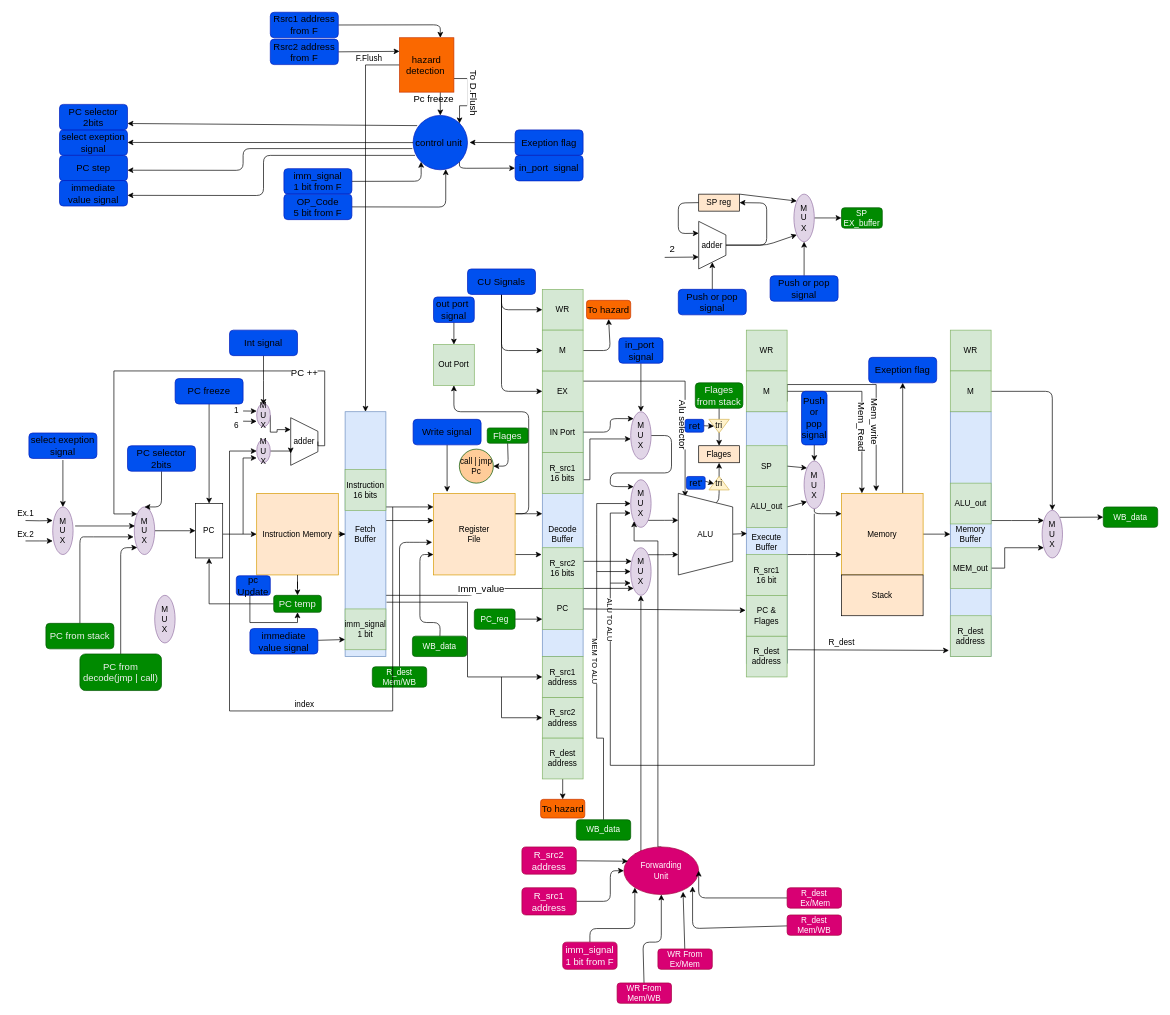
Before: labeled_Schema.drawio in menna15/RISCPiP, a draw.io diagram. Source tidied: cells renumbered, new cells numbered last; positions are measured from the earlier drawing's top-left corner, leaving out a move shared by most shapes. Both pictures are drawn from the tidied source at 68%, with x=0, y=0 at pixel (12, 12).
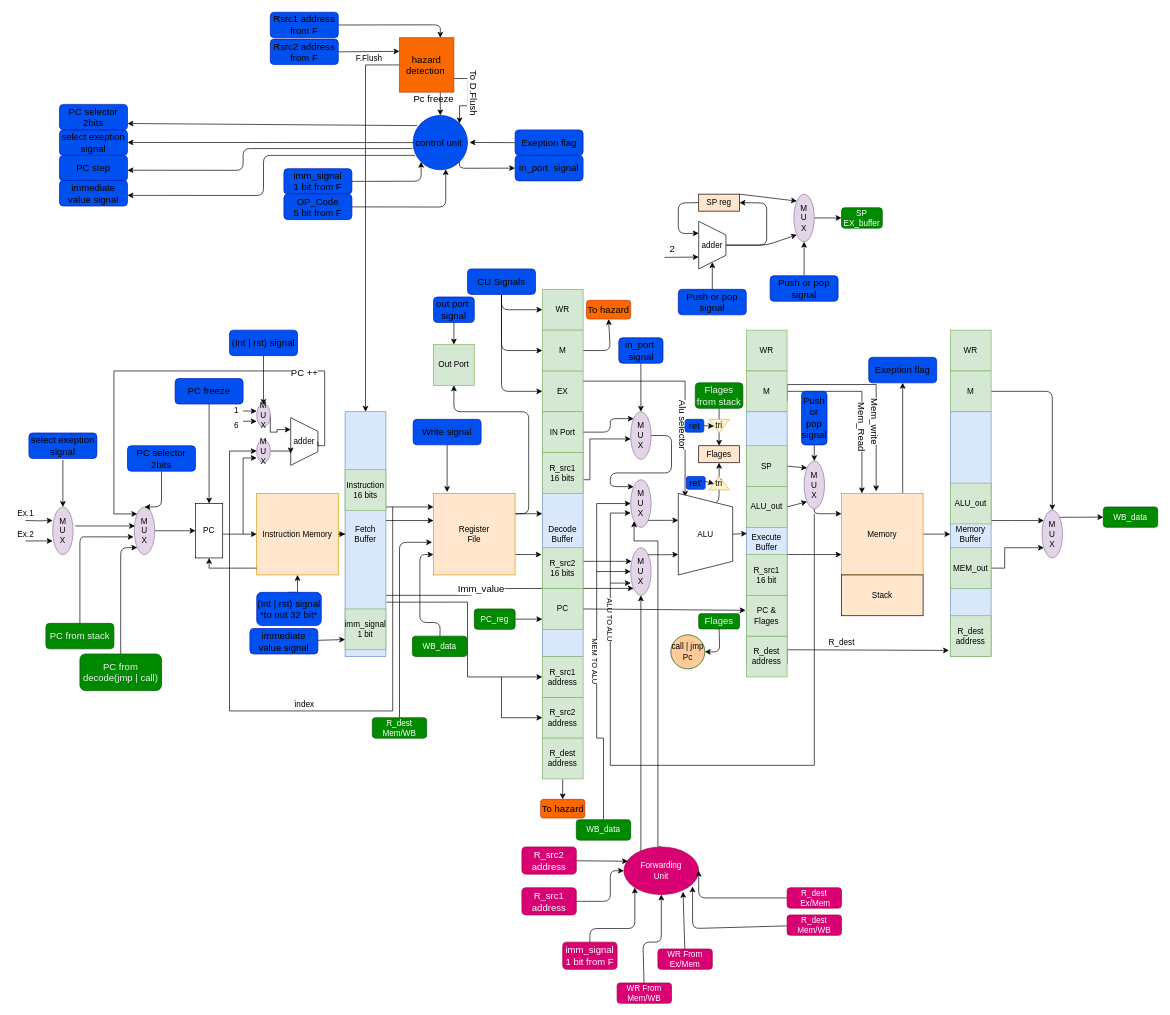
After the change.

Commit message (it also covers changes not shown here):
some schema editing

Unchanged cells that the change refers to:
```xml
<mxCell id="3" value="&lt;font color=&quot;#000000&quot;&gt;Instruction Memory&lt;/font&gt;" style="whiteSpace=wrap;html=1;fillColor=#ffe6cc;strokeColor=#d79b00;" parent="1" vertex="1">
  <mxGeometry x="360" y="708" width="120" height="120" as="geometry" />
</mxCell>
<mxCell id="5" value="PC" style="rounded=0;whiteSpace=wrap;html=1;direction=south;" parent="1" vertex="1">
  <mxGeometry x="270" y="723" width="40" height="80" as="geometry" />
</mxCell>
```

Diff of the diagram source:
```diff
@@
-    <mxCell id="25" value="&lt;font color=&quot;#000000&quot;&gt;call | jmp Pc&lt;/font&gt;" style="ellipse;whiteSpace=wrap;html=1;strokeColor=#005700;fontColor=#ffffff;fillColor=#FFCC99;" parent="1" vertex="1">
-      <mxGeometry x="658" y="643" width="50" height="50" as="geometry" />
-    </mxCell>
@@
     <mxCell id="166" value="R_dest&lt;br&gt;Mem/WB" style="rounded=1;whiteSpace=wrap;html=1;fillColor=#008a00;strokeColor=#005700;fontColor=#ffffff;" parent="1" vertex="1">
-      <mxGeometry x="530" y="963" width="80" height="30" as="geometry" />
+      <mxGeometry x="530" y="1038" width="80" height="30" as="geometry" />
     </mxCell>
@@
-    <mxCell id="171" style="edgeStyle=none;html=1;exitX=0.5;exitY=1;exitDx=0;exitDy=0;entryX=1;entryY=0.5;entryDx=0;entryDy=0;" parent="1" edge="1" source="172" target="25">
-      <mxGeometry relative="1" as="geometry">
-        <Array as="points">
-          <mxPoint x="730" y="668" />
-        </Array>
-      </mxGeometry>
-    </mxCell>
-    <mxCell id="172" value="&lt;span style=&quot;color: rgb(240 , 240 , 240) ; font-size: 14px&quot;&gt;Flages&lt;/span&gt;" style="rounded=1;whiteSpace=wrap;html=1;fillColor=#008a00;strokeColor=#005700;fontColor=#ffffff;" parent="1" vertex="1">
-      <mxGeometry x="699" y="611.8" width="60" height="22.5" as="geometry" />
-    </mxCell>
@@
-    <mxCell id="209" value="&lt;div&gt;&lt;font color=&quot;#000000&quot;&gt;M&lt;/font&gt;&lt;/div&gt;&lt;div&gt;&lt;font color=&quot;#000000&quot;&gt;U&lt;/font&gt;&lt;/div&gt;&lt;div&gt;&lt;font color=&quot;#000000&quot;&gt;X&lt;/font&gt;&lt;/div&gt;" style="ellipse;whiteSpace=wrap;html=1;fillColor=#e1d5e7;strokeColor=#9673a6;" parent="1" vertex="1">
-      <mxGeometry x="210" y="858" width="30" height="70" as="geometry" />
-    </mxCell>
@@
-    <mxCell id="221" value="&lt;span style=&quot;font-size: 14px&quot;&gt;&lt;font color=&quot;#000000&quot;&gt;Int signal&lt;/font&gt;&lt;/span&gt;" style="rounded=1;whiteSpace=wrap;html=1;fillColor=#0050ef;strokeColor=#001DBC;fontColor=#ffffff;" parent="1" vertex="1">
+    <mxCell id="221" value="&lt;span style=&quot;font-size: 14px&quot;&gt;&lt;font color=&quot;#000000&quot;&gt;(Int | rst) signal&lt;/font&gt;&lt;/span&gt;" style="rounded=1;whiteSpace=wrap;html=1;fillColor=#0050ef;strokeColor=#001DBC;fontColor=#ffffff;" parent="1" vertex="1">
       <mxGeometry x="320" y="468" width="100" height="37.5" as="geometry" />
     </mxCell>
-    <mxCell id="222" style="edgeStyle=orthogonalEdgeStyle;rounded=0;jettySize=auto;html=1;" parent="1" edge="1" source="3" target="224">
-      <mxGeometry relative="1" as="geometry" />
+    <mxCell id="222" style="edgeStyle=orthogonalEdgeStyle;rounded=0;jettySize=auto;html=1;entryX=1;entryY=0.5;entryDx=0;entryDy=0;" parent="1" edge="1" source="3" target="5">
+      <mxGeometry relative="1" as="geometry">
+        <Array as="points">
+          <mxPoint x="290" y="818" />
+        </Array>
+      </mxGeometry>
     </mxCell>
-    <mxCell id="223" style="edgeStyle=orthogonalEdgeStyle;rounded=0;jettySize=auto;html=1;exitX=0;exitY=0.5;exitDx=0;exitDy=0;entryX=1;entryY=0.5;entryDx=0;entryDy=0;" parent="1" edge="1" source="224" target="5">
-      <mxGeometry relative="1" as="geometry" />
-    </mxCell>
-    <mxCell id="224" value="&lt;span style=&quot;color: rgb(240 , 240 , 240) ; font-size: 14px&quot;&gt;PC temp&lt;/span&gt;" style="rounded=1;whiteSpace=wrap;html=1;fillColor=#008a00;strokeColor=#005700;fontColor=#ffffff;" parent="1" vertex="1">
-      <mxGeometry x="385" y="858" width="70" height="25" as="geometry" />
-    </mxCell>
-    <mxCell id="225" style="edgeStyle=orthogonalEdgeStyle;rounded=0;jettySize=auto;html=1;exitX=0.5;exitY=1;exitDx=0;exitDy=0;entryX=0.5;entryY=1;entryDx=0;entryDy=0;" parent="1" edge="1" source="226" target="224">
+    <mxCell id="225" style="edgeStyle=orthogonalEdgeStyle;rounded=0;jettySize=auto;html=1;exitX=0.5;exitY=0;exitDx=0;exitDy=0;entryX=0.5;entryY=1;entryDx=0;entryDy=0;" parent="1" edge="1" source="226" target="3">
       <mxGeometry relative="1" as="geometry">
         <Array as="points">
-          <mxPoint x="350" y="858" />
-          <mxPoint x="350" y="898" />
-          <mxPoint x="420" y="898" />
+          <mxPoint x="420" y="854" />
         </Array>
       </mxGeometry>
     </mxCell>
-    <mxCell id="226" value="&lt;span style=&quot;font-size: 14px&quot;&gt;&lt;font color=&quot;#000000&quot;&gt;pc Update&lt;/font&gt;&lt;/span&gt;" style="rounded=1;whiteSpace=wrap;html=1;fillColor=#0050ef;strokeColor=#001DBC;fontColor=#ffffff;" parent="1" vertex="1">
-      <mxGeometry x="330" y="829.2" width="50" height="28.8" as="geometry" />
+    <mxCell id="226" value="&lt;span style=&quot;color: rgb(0 , 0 , 0) ; font-size: 14px&quot;&gt;(Int | rst)&lt;/span&gt;&lt;font color=&quot;#000000&quot;&gt;&lt;span style=&quot;font-size: 14px&quot;&gt;&amp;nbsp;signal *to out 32 bit*&lt;/span&gt;&lt;/font&gt;" style="rounded=1;whiteSpace=wrap;html=1;fillColor=#0050ef;strokeColor=#001DBC;fontColor=#ffffff;" parent="1" vertex="1">
+      <mxGeometry x="360" y="853.6" width="95" height="48.8" as="geometry" />
     </mxCell>
+    <mxCell id="25" value="&lt;font color=&quot;#000000&quot;&gt;call | jmp Pc&lt;/font&gt;" style="ellipse;whiteSpace=wrap;html=1;strokeColor=#005700;fontColor=#ffffff;fillColor=#FFCC99;" parent="1" vertex="1">
+      <mxGeometry x="969" y="916.1" width="50" height="50" as="geometry" />
+    </mxCell>
+    <mxCell id="172" value="&lt;span style=&quot;color: rgb(240 , 240 , 240) ; font-size: 14px&quot;&gt;Flages&lt;/span&gt;" style="rounded=1;whiteSpace=wrap;html=1;fillColor=#008a00;strokeColor=#005700;fontColor=#ffffff;" parent="1" vertex="1">
+      <mxGeometry x="1010" y="884.9" width="60" height="22.5" as="geometry" />
+    </mxCell>
+    <mxCell id="171" style="edgeStyle=none;html=1;exitX=0.5;exitY=1;exitDx=0;exitDy=0;entryX=1;entryY=0.5;entryDx=0;entryDy=0;" parent="1" edge="1" source="172" target="25">
+      <mxGeometry relative="1" as="geometry">
+        <Array as="points">
+          <mxPoint x="1041" y="941.1" />
+        </Array>
+      </mxGeometry>
+    </mxCell>
```
